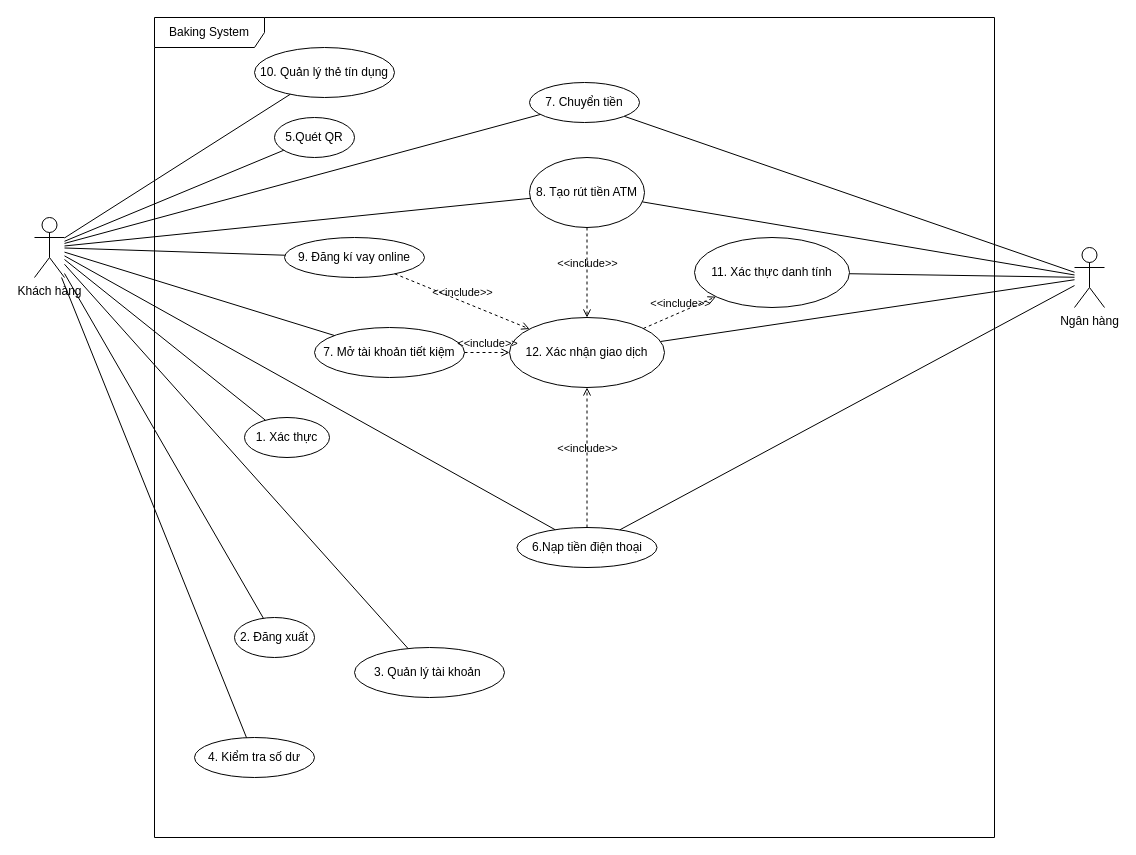
HoangDucBach/bghc keeps this draw.io diagram as uml/BDHC_UseCaseDiagram_0.0.1.drawio. Above is the earlier version. Source tidied: cells renumbered, new cells numbered last; positions are measured from the earlier drawing's top-left corner, leaving out a move shared by most shapes. Both pictures are drawn from the tidied source at 100%, with x=0, y=0 at pixel (34, 17).
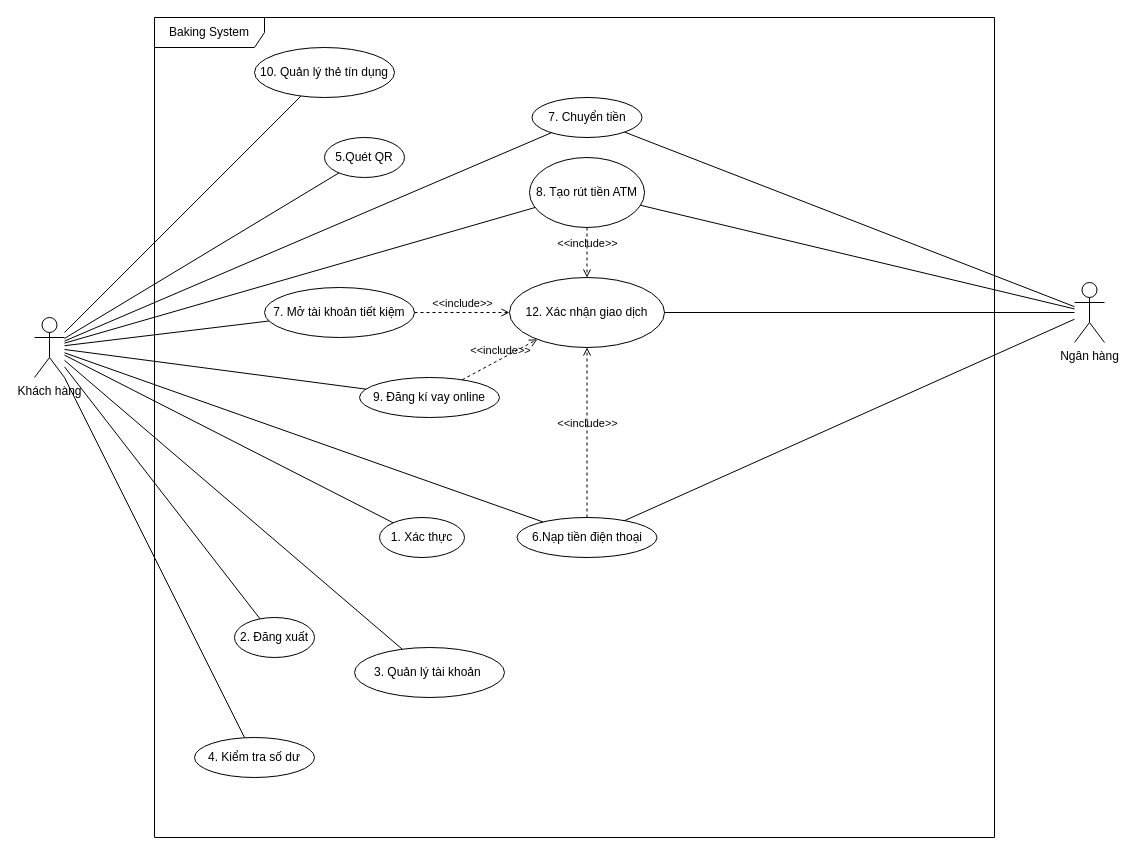
Above is the later version.

Commit message (it also covers changes not shown here):
fix(uml): use case

Change to the diagram source:
```diff
@@
     <mxCell id="3" value="Khách hàng" style="shape=umlActor;verticalLabelPosition=bottom;verticalAlign=top;html=1;" parent="1" vertex="1">
-      <mxGeometry y="200" width="30" height="60" as="geometry" />
+      <mxGeometry y="300" width="30" height="60" as="geometry" />
     </mxCell>
     <mxCell id="4" value="Ngân hàng&lt;div&gt;&lt;br&gt;&lt;/div&gt;" style="shape=umlActor;verticalLabelPosition=bottom;verticalAlign=top;html=1;" parent="1" vertex="1">
-      <mxGeometry x="1040" y="230" width="30" height="60" as="geometry" />
+      <mxGeometry x="1040" y="265" width="30" height="60" as="geometry" />
     </mxCell>
     <mxCell id="5" value="1. Xác thực" style="ellipse;whiteSpace=wrap;html=1;" parent="1" vertex="1">
-      <mxGeometry x="210" y="400" width="85" height="40" as="geometry" />
+      <mxGeometry x="345" y="500" width="85" height="40" as="geometry" />
     </mxCell>
@@
     <mxCell id="8" value="5.Quét QR" style="ellipse;whiteSpace=wrap;html=1;" parent="1" vertex="1">
-      <mxGeometry x="240" y="100" width="80" height="40" as="geometry" />
+      <mxGeometry x="290" y="120" width="80" height="40" as="geometry" />
     </mxCell>
     <mxCell id="9" value="6.Nạp tiền điện thoại" style="ellipse;whiteSpace=wrap;html=1;" parent="1" vertex="1">
-      <mxGeometry x="482.5" y="510" width="140" height="40" as="geometry" />
+      <mxGeometry x="482.5" y="500" width="140" height="40" as="geometry" />
     </mxCell>
     <mxCell id="10" value="7. Mở tài khoản tiết kiệm" style="ellipse;whiteSpace=wrap;html=1;" parent="1" vertex="1">
-      <mxGeometry x="280" y="310" width="150" height="50" as="geometry" />
+      <mxGeometry x="230" y="270" width="150" height="50" as="geometry" />
     </mxCell>
@@
     <mxCell id="12" value="9. Đăng kí vay online" style="ellipse;whiteSpace=wrap;html=1;" parent="1" vertex="1">
-      <mxGeometry x="250" y="220" width="140" height="40" as="geometry" />
+      <mxGeometry x="325" y="360" width="140" height="40" as="geometry" />
     </mxCell>
@@
     <mxCell id="26" value="7. Chuyển tiền" style="ellipse;whiteSpace=wrap;html=1;" parent="1" vertex="1">
-      <mxGeometry x="495" y="65" width="110" height="40" as="geometry" />
+      <mxGeometry x="497.5" y="80" width="110" height="40" as="geometry" />
     </mxCell>
     <mxCell id="27" value="12. Xác nhận giao dịch" style="ellipse;whiteSpace=wrap;html=1;" parent="1" vertex="1">
-      <mxGeometry x="475" y="300" width="155" height="70" as="geometry" />
+      <mxGeometry x="475" y="260" width="155" height="70" as="geometry" />
     </mxCell>
-    <mxCell id="28" value="11. Xác thực danh tính" style="ellipse;whiteSpace=wrap;html=1;" parent="1" vertex="1">
-      <mxGeometry x="660" y="220" width="155" height="70" as="geometry" />
-    </mxCell>
-    <mxCell id="29" value="&amp;lt;&amp;lt;include&amp;gt;&amp;gt;" style="html=1;verticalAlign=bottom;labelBackgroundColor=none;endArrow=open;endFill=0;dashed=1;rounded=0;" parent="1" edge="1" source="27" target="28">
-      <mxGeometry relative="1" as="geometry" />
-    </mxCell>
-    <mxCell id="30" style="rounded=0;jettySize=auto;html=1;endArrow=none;endFill=0;" parent="1" edge="1" source="4" target="28">
-      <mxGeometry relative="1" as="geometry" />
-    </mxCell>
```
